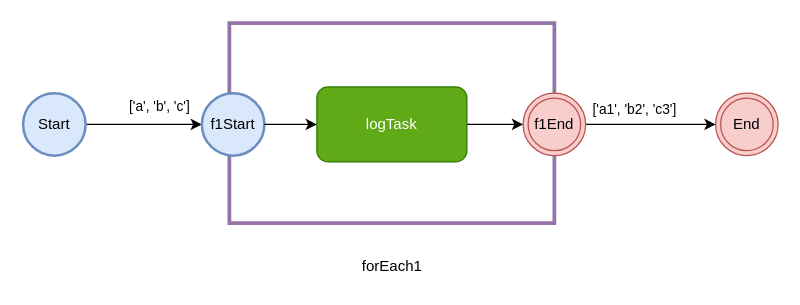
manhnt217/task-execution-toolkit keeps this draw.io diagram as page "ForEach" (4 of 9) of TaskExecToolkit.drawio. Above is the earlier version. Source tidied: cells renumbered, new cells numbered last; positions are measured from the earlier drawing's top-left corner, leaving out a move shared by most shapes. Both pictures are drawn from the tidied source at 125%, with x=0, y=0 at pixel (22, 22).
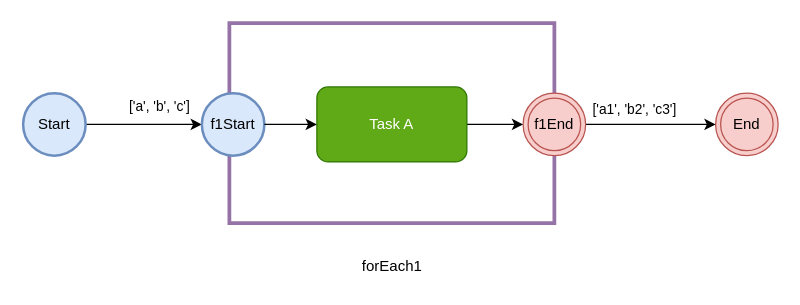
The same diagram, later.

Diff of the diagram source:
```diff
@@
 <mxGraphModel>
   <root>
     <mxCell id="0" />
     <mxCell id="1" parent="0" />
     <mxCell id="2" style="edgeStyle=orthogonalEdgeStyle;rounded=0;jettySize=auto;html=1;" parent="1" edge="1" source="4" target="9">
       <mxGeometry relative="1" as="geometry" />
     </mxCell>
     <mxCell id="3" value="['a', 'b', 'c']" style="edgeLabel;html=1;align=center;verticalAlign=middle;" parent="2" vertex="1">
       <mxGeometry x="-0.29" y="3" relative="1" as="geometry">
         <mxPoint x="25" y="-12" as="offset" />
       </mxGeometry>
     </mxCell>
     <mxCell id="4" value="Start" style="strokeWidth=2;html=1;shape=mxgraph.flowchart.start_2;whiteSpace=wrap;fillColor=#dae8fc;strokeColor=#6c8ebf;" parent="1" vertex="1">
       <mxGeometry y="56" width="50" height="50" as="geometry" />
     </mxCell>
     <mxCell id="5" value="End" style="ellipse;shape=doubleEllipse;whiteSpace=wrap;html=1;fillColor=#f8cecc;strokeColor=#b85450;" parent="1" vertex="1">
       <mxGeometry x="554" y="56" width="50" height="50" as="geometry" />
     </mxCell>
     <mxCell id="6" style="edgeStyle=orthogonalEdgeStyle;rounded=0;jettySize=auto;html=1;" parent="1" edge="1" source="10" target="5">
       <mxGeometry relative="1" as="geometry" />
     </mxCell>
     <mxCell id="7" value="['a1', 'b2', 'c3']" style="edgeLabel;html=1;align=center;verticalAlign=middle;" parent="6" vertex="1">
       <mxGeometry x="-0.72" y="-1" relative="1" as="geometry">
         <mxPoint x="23" y="-14" as="offset" />
       </mxGeometry>
     </mxCell>
     <mxCell id="8" style="rounded=0;whiteSpace=wrap;html=1;strokeWidth=3;fillColor=none;strokeColor=#9673a6;" parent="1" vertex="1">
       <mxGeometry x="165" width="260" height="160" as="geometry" />
     </mxCell>
     <mxCell id="9" value="f1Start" style="strokeWidth=2;html=1;shape=mxgraph.flowchart.start_2;whiteSpace=wrap;fillColor=#dae8fc;strokeColor=#6c8ebf;" parent="1" vertex="1">
       <mxGeometry x="143" y="56" width="50" height="50" as="geometry" />
     </mxCell>
     <mxCell id="10" value="f1End" style="ellipse;shape=doubleEllipse;whiteSpace=wrap;html=1;fillColor=#f8cecc;strokeColor=#b85450;" parent="1" vertex="1">
       <mxGeometry x="400" y="56" width="50" height="50" as="geometry" />
     </mxCell>
     <mxCell id="11" style="edgeStyle=orthogonalEdgeStyle;rounded=0;jettySize=auto;html=1;" parent="1" edge="1" source="12" target="10">
       <mxGeometry relative="1" as="geometry" />
     </mxCell>
-    <mxCell id="12" value="logTask" style="rounded=1;whiteSpace=wrap;html=1;fillColor=#60a917;strokeColor=#2D7600;fontColor=#ffffff;" parent="1" vertex="1">
+    <mxCell id="12" value="Task A" style="rounded=1;whiteSpace=wrap;html=1;fillColor=#60a917;strokeColor=#2D7600;fontColor=#ffffff;" parent="1" vertex="1">
       <mxGeometry x="235" y="51" width="120" height="60" as="geometry" />
     </mxCell>
     <mxCell id="13" style="edgeStyle=orthogonalEdgeStyle;rounded=0;jettySize=auto;html=1;" parent="1" edge="1" source="9" target="12">
       <mxGeometry relative="1" as="geometry" />
     </mxCell>
     <mxCell id="14" value="forEach1" style="text;html=1;align=center;verticalAlign=middle;strokeColor=none;fillColor=none;" parent="1" vertex="1">
       <mxGeometry x="262" y="182" width="66" height="26" as="geometry" />
     </mxCell>
   </root>
 </mxGraphModel>
```
